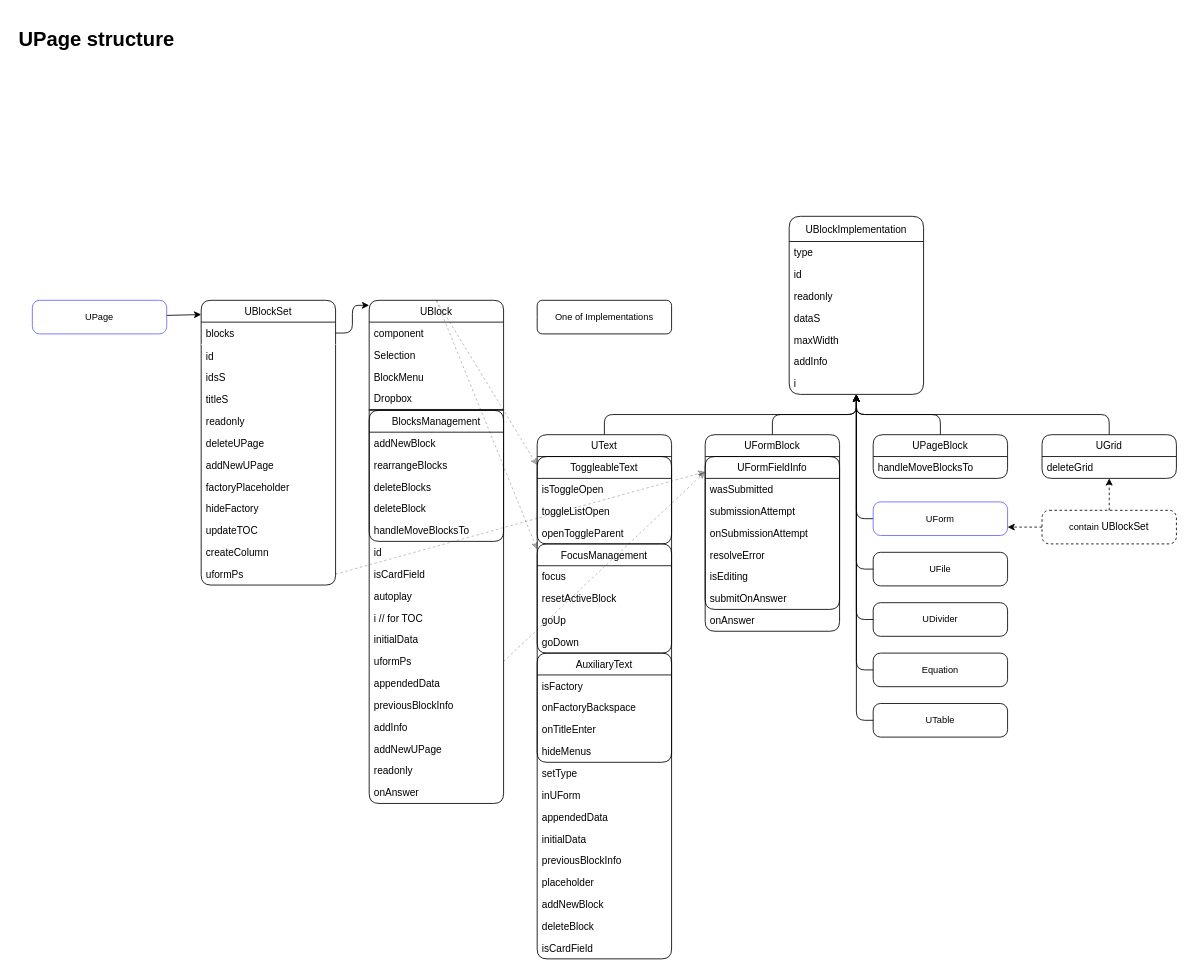
Above: page "UPage structure" (2 of 7) of doc.drawio in Zombobot1/bike2 (draw.io), before the change. Source tidied: cells renumbered, new cells numbered last; positions are measured from the earlier drawing's top-left corner, leaving out a move shared by most shapes. Both pictures are drawn from the tidied source at 84%, with x=0, y=0 at pixel (14, 23).
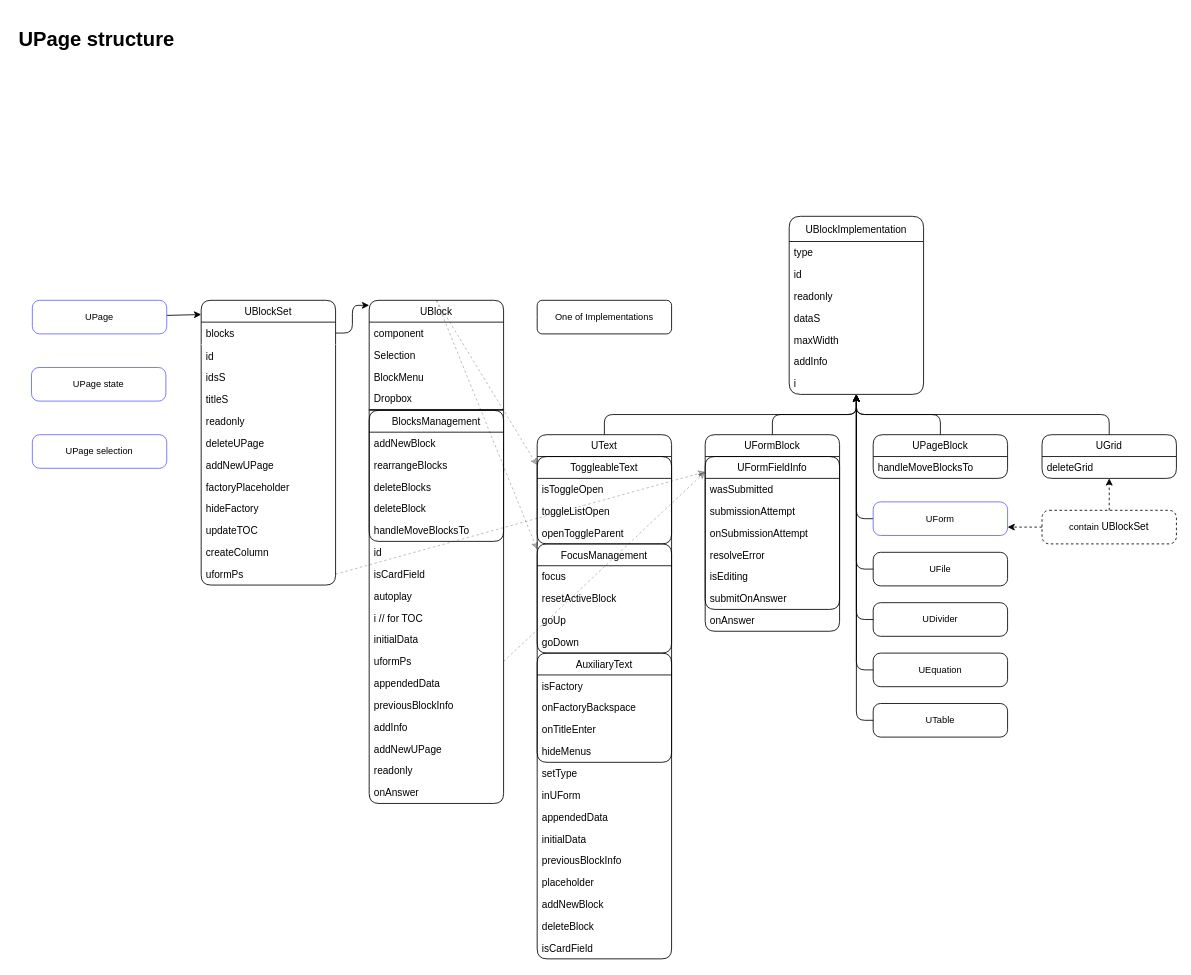
The same diagram, later.

Diff of the diagram source:
```diff
@@
-    <mxCell id="79" value="Equation" style="rounded=1;whiteSpace=wrap;arcSize=22;fontFamily=Helvetica;fontSize=11;fontColor=default;strokeColor=default;fillColor=none;" parent="1" vertex="1">
+    <mxCell id="79" value="UEquation" style="rounded=1;whiteSpace=wrap;arcSize=22;fontFamily=Helvetica;fontSize=11;fontColor=default;strokeColor=default;fillColor=none;" parent="1" vertex="1">
       <mxGeometry x="1022" y="750" width="160" height="40" as="geometry" />
     </mxCell>
@@
+    <mxCell id="112" value="UPage state" style="rounded=1;whiteSpace=wrap;arcSize=22;fontFamily=Helvetica;fontSize=11;fontColor=default;strokeColor=#6666FF;fillColor=none;startSize=26;" parent="1" vertex="1">
+      <mxGeometry x="20" y="410" width="160" height="40" as="geometry" />
+    </mxCell>
+    <mxCell id="113" value="UPage selection" style="rounded=1;whiteSpace=wrap;arcSize=22;fontFamily=Helvetica;fontSize=11;fontColor=default;strokeColor=#6666FF;fillColor=none;startSize=26;" parent="1" vertex="1">
+      <mxGeometry x="21" y="490" width="160" height="40" as="geometry" />
+    </mxCell>
```
